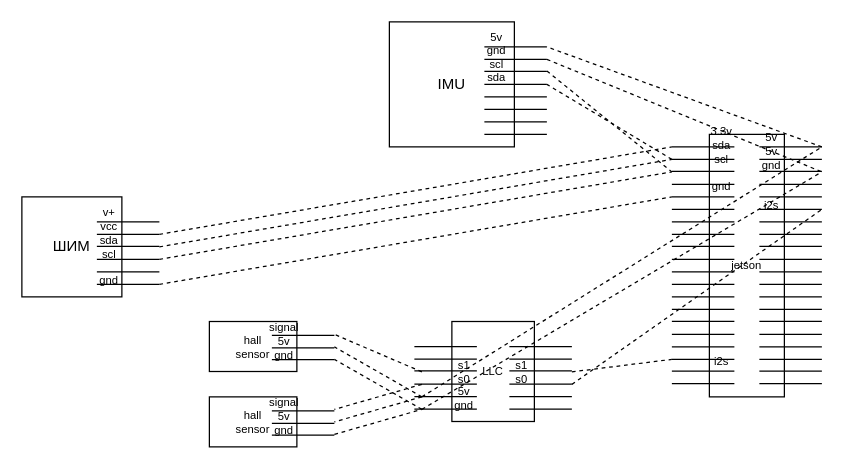
Before: images/ballsbot t200.drawio in jumpercc/ballsbot, a draw.io diagram. Source tidied: cells renumbered, new cells numbered last; positions are measured from the earlier drawing's top-left corner, leaving out a move shared by most shapes. Both pictures are drawn from the tidied source at 125%, with x=0, y=0 at pixel (21, 21).
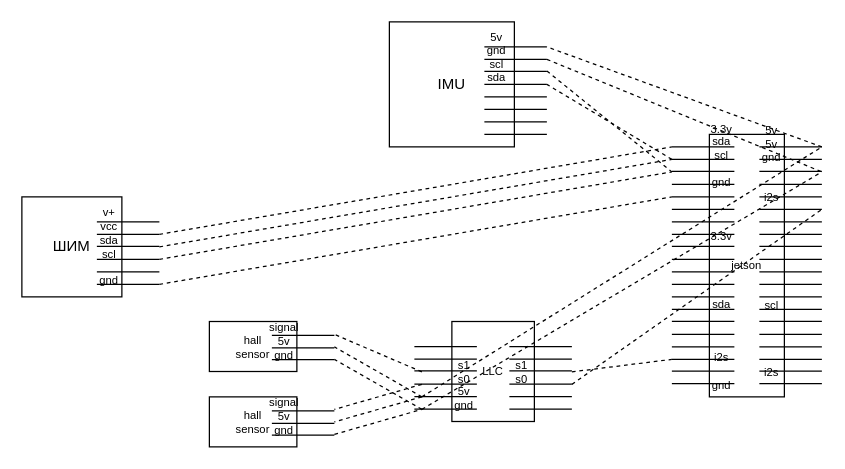
After the change.

The edit, as a diff of the source:
```diff
@@
-    <mxCell id="17" value="5v&lt;br style=&quot;font-size: 9px&quot;&gt;5v&lt;br style=&quot;font-size: 9px&quot;&gt;gnd&lt;br style=&quot;font-size: 9px&quot;&gt;&lt;br style=&quot;font-size: 9px&quot;&gt;&lt;br style=&quot;font-size: 9px&quot;&gt;i2s" style="text;html=1;strokeColor=none;fillColor=none;align=center;verticalAlign=middle;whiteSpace=wrap;rounded=0;fontSize=9;" parent="1" vertex="1">
-      <mxGeometry x="580" y="110" width="40" height="20" as="geometry" />
+    <mxCell id="17" value="5v&lt;br style=&quot;font-size: 9px&quot;&gt;5v&lt;br style=&quot;font-size: 9px&quot;&gt;gnd&lt;br style=&quot;font-size: 9px&quot;&gt;&lt;br style=&quot;font-size: 9px&quot;&gt;&lt;br style=&quot;font-size: 9px&quot;&gt;i2s&lt;br&gt;&lt;br&gt;&lt;br&gt;&lt;br&gt;&lt;br&gt;&lt;br&gt;&lt;br&gt;&lt;br&gt;scl&lt;br&gt;&lt;br&gt;&lt;br&gt;&lt;br&gt;&lt;br&gt;i2s" style="text;html=1;strokeColor=none;fillColor=none;align=center;verticalAlign=middle;whiteSpace=wrap;rounded=0;fontSize=9;" parent="1" vertex="1">
+      <mxGeometry x="580" y="174" width="40" height="20" as="geometry" />
     </mxCell>
@@
-    <mxCell id="24" value="3.3v&lt;br style=&quot;font-size: 9px&quot;&gt;sda&lt;br style=&quot;font-size: 9px&quot;&gt;scl&lt;br style=&quot;font-size: 9px&quot;&gt;&lt;br style=&quot;font-size: 9px&quot;&gt;gnd&lt;br&gt;&lt;br&gt;&lt;br&gt;&lt;br&gt;&lt;br&gt;&lt;br&gt;&lt;br&gt;&lt;br&gt;&lt;br&gt;&lt;br&gt;&lt;br&gt;&lt;br&gt;&lt;br&gt;i2s" style="text;html=1;strokeColor=none;fillColor=none;align=center;verticalAlign=middle;whiteSpace=wrap;rounded=0;fontSize=9;" parent="1" vertex="1">
-      <mxGeometry x="540" y="170" width="40" height="20" as="geometry" />
+    <mxCell id="24" value="3.3v&lt;br style=&quot;font-size: 9px&quot;&gt;sda&lt;br style=&quot;font-size: 9px&quot;&gt;scl&lt;br style=&quot;font-size: 9px&quot;&gt;&lt;br style=&quot;font-size: 9px&quot;&gt;gnd&lt;br&gt;&lt;br&gt;&lt;br&gt;&lt;br&gt;3.3v&lt;br&gt;&lt;br&gt;&lt;br&gt;&lt;br&gt;&lt;br&gt;sda&lt;br&gt;&lt;br&gt;&lt;br&gt;&lt;br&gt;i2s&lt;br&gt;&lt;br&gt;gnd" style="text;html=1;strokeColor=none;fillColor=none;align=center;verticalAlign=middle;whiteSpace=wrap;rounded=0;fontSize=9;" parent="1" vertex="1">
+      <mxGeometry x="540" y="178" width="40" height="20" as="geometry" />
     </mxCell>
```
